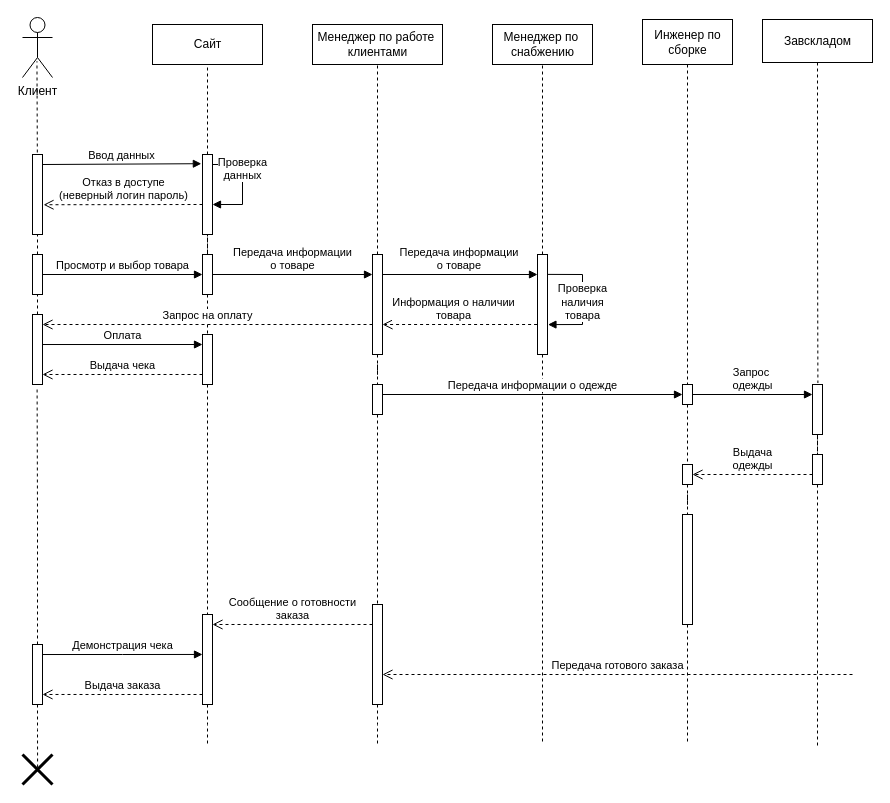
t3nsh111/Sequence- keeps this draw.io diagram as Диаграмма последовательности.drawio. Above is the earlier version. Source tidied: cells renumbered, new cells numbered last; positions are measured from the earlier drawing's top-left corner, leaving out a move shared by most shapes. Both pictures are drawn from the tidied source at 100%, with x=0, y=0 at pixel (22, 17).
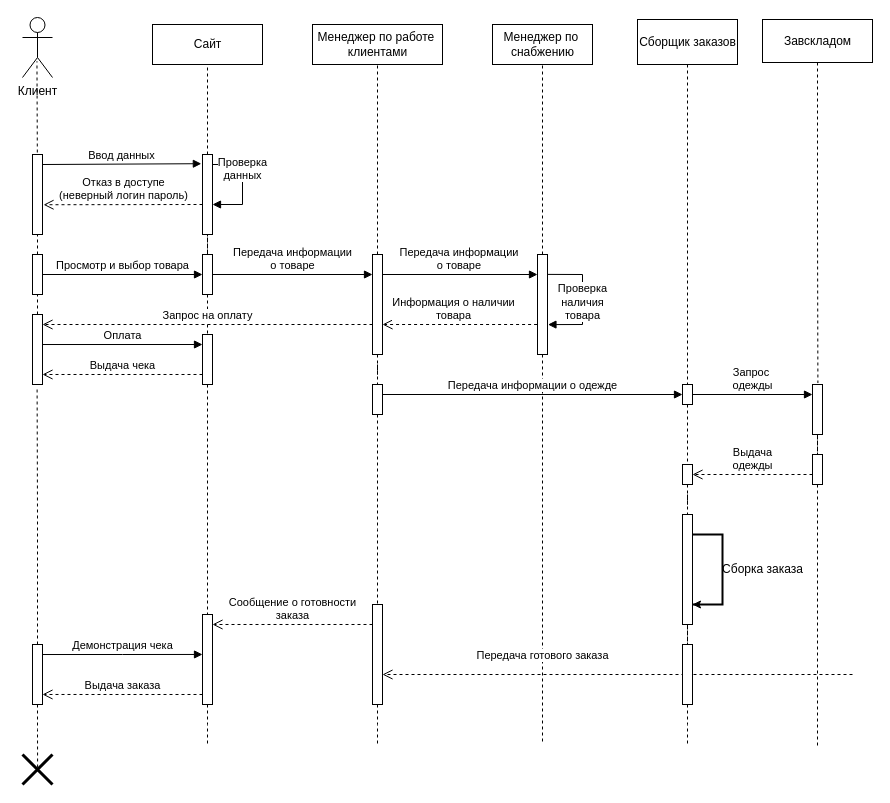
The same page after the edit.

The change refers to these unchanged cells:
```xml
<mxCell id="42" style="html=1;points=[];perimeter=orthogonalPerimeter;" parent="1" vertex="1">
  <mxGeometry x="660" y="497" width="10" height="110" as="geometry" />
</mxCell>
```

What changed in the source:
```diff
@@
-    <mxCell id="7" value="Инженер по&lt;br&gt;сборке" style="html=1;" parent="1" vertex="1">
-      <mxGeometry x="620" y="2" width="90" height="45" as="geometry" />
+    <mxCell id="7" value="Сборщик заказов" style="html=1;" parent="1" vertex="1">
+      <mxGeometry x="615" y="2" width="100" height="45" as="geometry" />
     </mxCell>
@@
-    <mxCell id="41" style="edgeStyle=orthogonalEdgeStyle;rounded=0;jettySize=auto;html=1;endArrow=none;endFill=0;dashed=1;" parent="1" edge="1" source="42">
+    <mxCell id="41" style="edgeStyle=orthogonalEdgeStyle;rounded=0;jettySize=auto;html=1;endArrow=none;endFill=0;dashed=1;startArrow=none;" parent="1" edge="1" source="69">
       <mxGeometry relative="1" as="geometry">
         <mxPoint x="665" y="727" as="targetPoint" />
       </mxGeometry>
     </mxCell>
@@
     <mxCell id="47" value="Передача готового заказа" style="html=1;verticalAlign=bottom;endArrow=open;dashed=1;endSize=8;rounded=0;" parent="1" edge="1">
-      <mxGeometry relative="1" as="geometry">
+      <mxGeometry x="0.32" y="-10" relative="1" as="geometry">
         <mxPoint x="830" y="657" as="sourcePoint" />
         <mxPoint x="360" y="657" as="targetPoint" />
       </mxGeometry>
     </mxCell>
@@
+    <mxCell id="65" style="strokeWidth=2;html=1;shape=mxgraph.flowchart.annotation_1;align=left;rotation=-180;" parent="1" vertex="1">
+      <mxGeometry x="670" y="517" width="30" height="70" as="geometry" />
+    </mxCell>
+    <mxCell id="66" style="endArrow=classic;html=1;rounded=0;exitX=0;exitY=0;exitDx=0;exitDy=0;exitPerimeter=0;entryX=1;entryY=0;entryDx=0;entryDy=0;entryPerimeter=0;" parent="1" edge="1" source="65" target="65">
+      <mxGeometry relative="1" as="geometry" />
+    </mxCell>
+    <mxCell id="67" value="Сборка заказа" style="text;html=1;align=center;verticalAlign=middle;strokeColor=none;fillColor=none;" parent="1" vertex="1">
+      <mxGeometry x="690" y="537" width="100" height="30" as="geometry" />
+    </mxCell>
+    <mxCell id="68" style="edgeStyle=orthogonalEdgeStyle;rounded=0;jettySize=auto;html=1;endArrow=none;endFill=0;dashed=1;" parent="1" edge="1" source="42" target="69">
+      <mxGeometry relative="1" as="geometry" />
+    </mxCell>
+    <mxCell id="69" style="rounded=0;whiteSpace=wrap;html=1;" parent="1" vertex="1">
+      <mxGeometry x="660" y="627" width="10" height="60" as="geometry" />
+    </mxCell>
```
